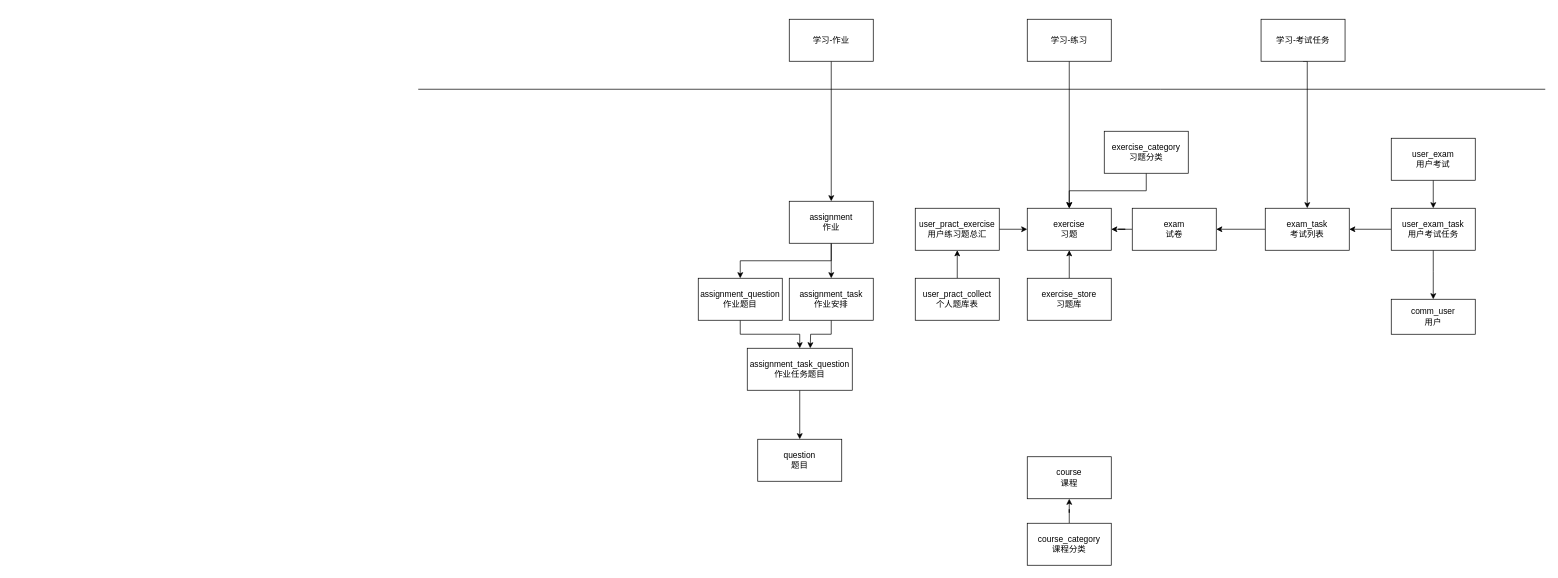
This is exe/Untitled Diagram.drawio from w849027724/draw_files, a draw.io file, before an edit. Source tidied: cells renumbered, new cells numbered last; positions are measured from the earlier drawing's top-left corner, leaving out a move shared by most shapes. Both pictures are drawn from the tidied source at 70%, with x=0, y=0 at pixel (418, 19).
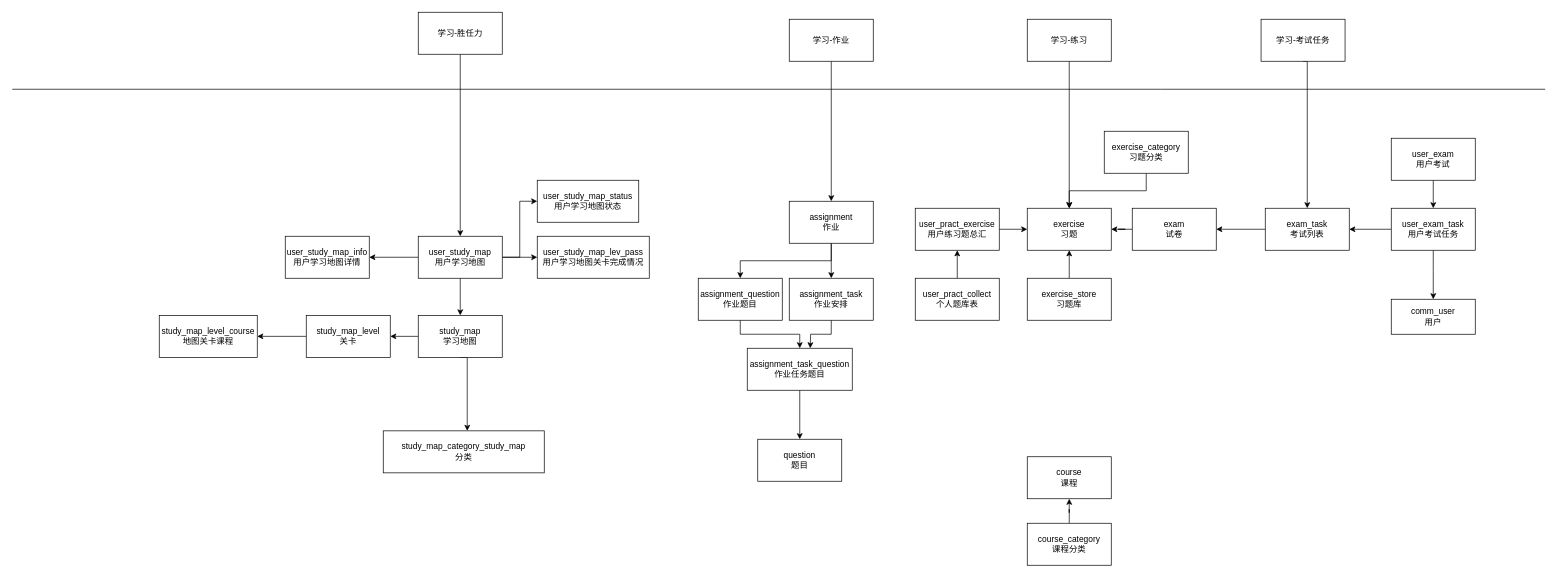
The same diagram, later.

Diff of the diagram source:
```diff
@@
     <mxCell id="24" style="endArrow=none;html=1;rounded=0;" parent="1" edge="1">
       <mxGeometry relative="1" as="geometry">
-        <mxPoint y="100" as="sourcePoint" />
+        <mxPoint x="-580" y="100" as="sourcePoint" />
         <mxPoint x="1610" y="100" as="targetPoint" />
         <Array as="points">
           <mxPoint x="1060" y="100" />
         </Array>
       </mxGeometry>
     </mxCell>
@@
+    <mxCell id="41" style="edgeStyle=orthogonalEdgeStyle;rounded=0;jettySize=auto;html=1;exitX=0.5;exitY=1;exitDx=0;exitDy=0;" parent="1" edge="1" source="43" target="44">
+      <mxGeometry relative="1" as="geometry">
+        <Array as="points">
+          <mxPoint x="70" y="483" />
+        </Array>
+      </mxGeometry>
+    </mxCell>
+    <mxCell id="42" style="edgeStyle=orthogonalEdgeStyle;rounded=0;jettySize=auto;html=1;" parent="1" edge="1" source="43" target="46">
+      <mxGeometry relative="1" as="geometry" />
+    </mxCell>
+    <mxCell id="43" value="study_map&lt;br&gt;学习地图" style="rounded=0;whiteSpace=wrap;html=1;" parent="1" vertex="1">
+      <mxGeometry y="423" width="120" height="60" as="geometry" />
+    </mxCell>
+    <mxCell id="44" value="study_map_category_study_map&lt;br&gt;分类" style="rounded=0;whiteSpace=wrap;html=1;" parent="1" vertex="1">
+      <mxGeometry x="-50" y="588" width="230" height="60" as="geometry" />
+    </mxCell>
+    <mxCell id="45" style="edgeStyle=orthogonalEdgeStyle;rounded=0;jettySize=auto;html=1;" parent="1" edge="1" source="46" target="47">
+      <mxGeometry relative="1" as="geometry" />
+    </mxCell>
+    <mxCell id="46" value="study_map_level&lt;br&gt;关卡" style="rounded=0;whiteSpace=wrap;html=1;" parent="1" vertex="1">
+      <mxGeometry x="-160" y="423" width="120" height="60" as="geometry" />
+    </mxCell>
+    <mxCell id="47" value="study_map_level_course&lt;br&gt;地图关卡课程" style="rounded=0;whiteSpace=wrap;html=1;" parent="1" vertex="1">
+      <mxGeometry x="-370" y="423" width="140" height="60" as="geometry" />
+    </mxCell>
+    <mxCell id="48" style="edgeStyle=orthogonalEdgeStyle;rounded=0;jettySize=auto;html=1;" parent="1" edge="1" source="49" target="54">
+      <mxGeometry relative="1" as="geometry" />
+    </mxCell>
+    <mxCell id="49" value="学习-胜任力" style="rounded=0;whiteSpace=wrap;html=1;" parent="1" vertex="1">
+      <mxGeometry y="-10" width="120" height="60" as="geometry" />
+    </mxCell>
+    <mxCell id="50" style="edgeStyle=orthogonalEdgeStyle;rounded=0;jettySize=auto;html=1;exitX=0;exitY=0.5;exitDx=0;exitDy=0;entryX=1;entryY=0.5;entryDx=0;entryDy=0;" parent="1" edge="1" source="54" target="55">
+      <mxGeometry relative="1" as="geometry" />
+    </mxCell>
+    <mxCell id="51" style="edgeStyle=orthogonalEdgeStyle;rounded=0;jettySize=auto;html=1;" parent="1" edge="1" source="54" target="43">
+      <mxGeometry relative="1" as="geometry" />
+    </mxCell>
+    <mxCell id="52" style="edgeStyle=orthogonalEdgeStyle;rounded=0;jettySize=auto;html=1;exitX=1;exitY=0.5;exitDx=0;exitDy=0;" parent="1" edge="1" source="54" target="56">
+      <mxGeometry relative="1" as="geometry" />
+    </mxCell>
+    <mxCell id="53" style="edgeStyle=orthogonalEdgeStyle;rounded=0;jettySize=auto;html=1;exitX=1;exitY=0.5;exitDx=0;exitDy=0;entryX=0;entryY=0.5;entryDx=0;entryDy=0;" parent="1" edge="1" source="54" target="57">
+      <mxGeometry relative="1" as="geometry" />
+    </mxCell>
+    <mxCell id="54" value="user_study_map&lt;br&gt;用户学习地图" style="rounded=0;whiteSpace=wrap;html=1;" parent="1" vertex="1">
+      <mxGeometry y="310" width="120" height="60" as="geometry" />
+    </mxCell>
+    <mxCell id="55" value="user_study_map_info&lt;br&gt;用户学习地图详情" style="rounded=0;whiteSpace=wrap;html=1;" parent="1" vertex="1">
+      <mxGeometry x="-190" y="310" width="120" height="60" as="geometry" />
+    </mxCell>
+    <mxCell id="56" value="user_study_map_lev_pass&lt;br&gt;用户学习地图关卡完成情况" style="rounded=0;whiteSpace=wrap;html=1;" parent="1" vertex="1">
+      <mxGeometry x="170" y="310" width="160" height="60" as="geometry" />
+    </mxCell>
+    <mxCell id="57" value="user_study_map_status&lt;br&gt;用户学习地图状态" style="rounded=0;whiteSpace=wrap;html=1;" parent="1" vertex="1">
+      <mxGeometry x="170" y="230" width="145" height="60" as="geometry" />
+    </mxCell>
```
